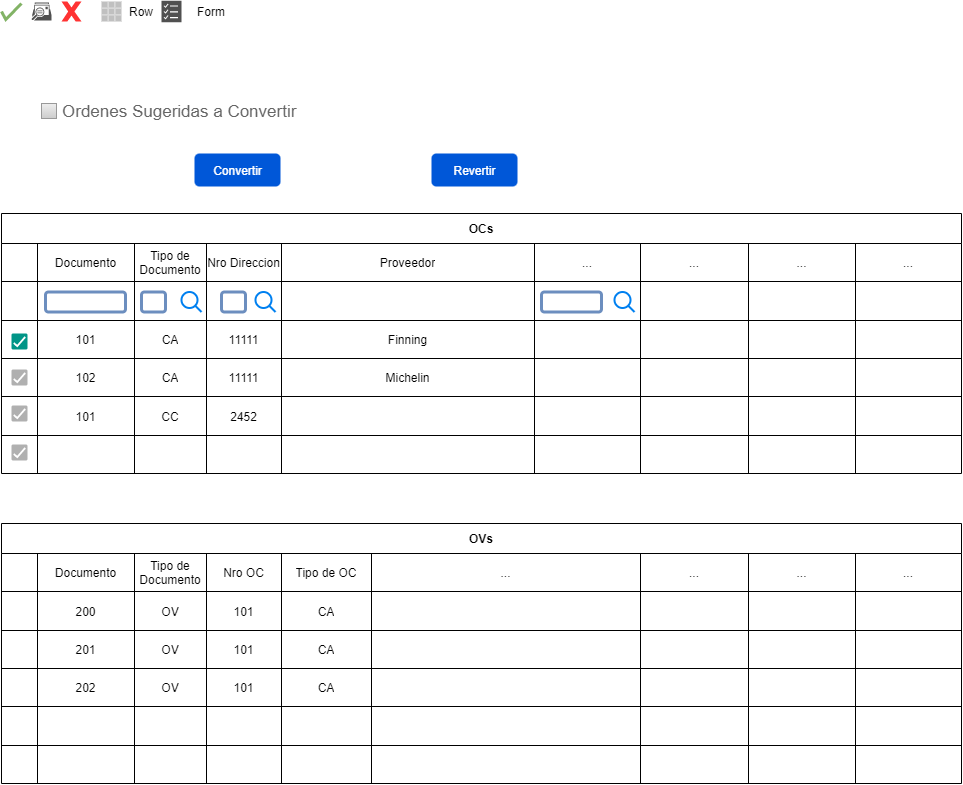
The draw.io diagram Aplicacion Conversión CLP a USD.drawio.png in frepetti/frepetti, before a commit. Source tidied: cells renumbered, new cells last; positions are measured from the earlier drawing's top-left corner, leaving out a move shared by most shapes.
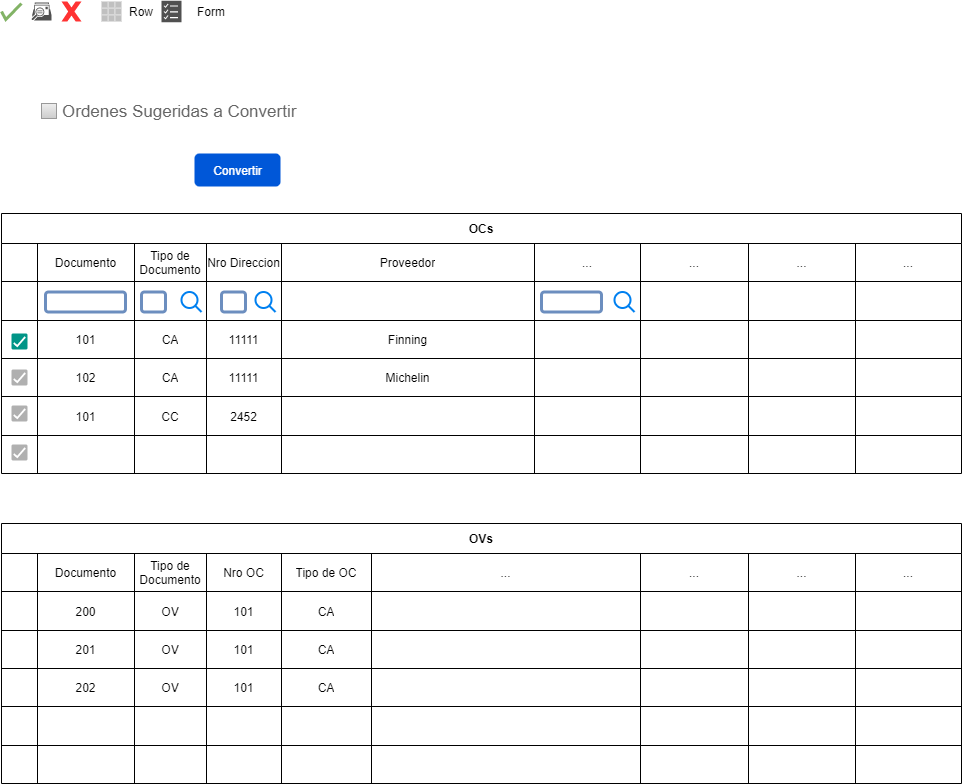
After the commit.

Change to the diagram source:
```diff
@@ -392,9 +392,6 @@
     <mxCell id="131" value="Convertir" style="rounded=1;fillColor=#0057D8;strokeColor=none;html=1;fontColor=#ffffff;align=center;verticalAlign=middle;fontStyle=0;fontSize=12;sketch=0;" parent="1" vertex="1">
       <mxGeometry x="193" y="153" width="86" height="33" as="geometry" />
     </mxCell>
-    <mxCell id="132" value="Revertir" style="rounded=1;fillColor=#0057D8;strokeColor=none;html=1;fontColor=#ffffff;align=center;verticalAlign=middle;fontStyle=0;fontSize=12;sketch=0;" parent="1" vertex="1">
-      <mxGeometry x="430" y="153" width="86" height="33" as="geometry" />
-    </mxCell>
     <mxCell id="133" style="html=1;verticalLabelPosition=bottom;labelBackgroundColor=#ffffff;verticalAlign=top;shadow=0;dashed=0;strokeWidth=3;shape=mxgraph.ios7.misc.check;strokeColor=#82b366;fillColor=#009900;" parent="1" vertex="1">
       <mxGeometry y="3" width="20" height="16" as="geometry" />
     </mxCell>
```
